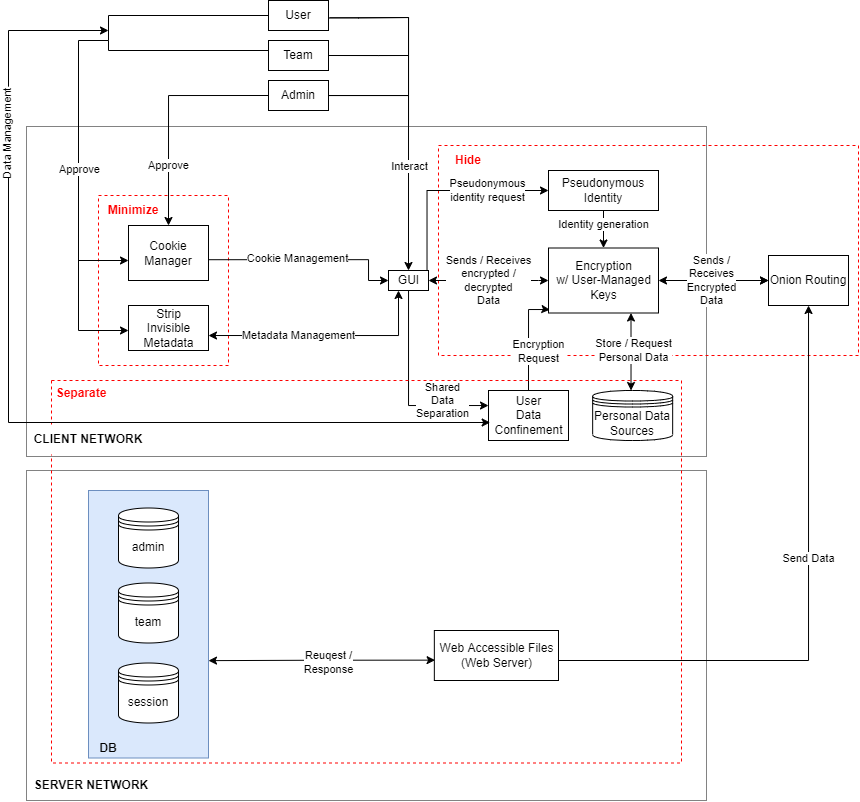
Before: Architectural_Requirements_Data_oriented.drawio.png, a diagram exported from draw.io (claudialorusso/CivicSense). Source tidied: cells renumbered, new cells last; positions are measured from the earlier drawing's top-left corner, leaving out a move shared by most shapes.
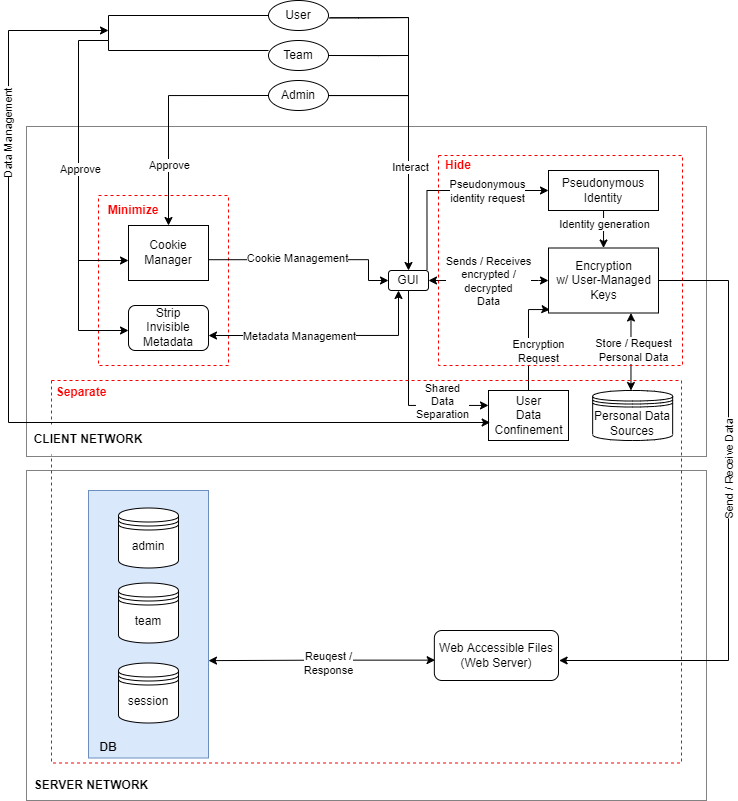
After the change.

The edit, as a diff of the source:
```diff
@@ -58,19 +58,18 @@
     <mxCell id="13" value="Strip Invisible Metadata" style="rounded=0;whiteSpace=wrap;html=1;" parent="1" vertex="1">
       <mxGeometry x="120" y="250" width="80" height="55" as="geometry" />
     </mxCell>
-    <mxCell id="14" style="edgeStyle=orthogonalEdgeStyle;rounded=0;jettySize=auto;html=1;fontColor=#FF0000;endArrow=none;endFill=0;" parent="1" edge="1" source="15">
+    <mxCell id="14" style="edgeStyle=orthogonalEdgeStyle;rounded=0;orthogonalLoop=1;jettySize=auto;html=1;fontColor=#FF0000;endArrow=none;endFill=0;" parent="1" edge="1">
       <mxGeometry relative="1" as="geometry">
+        <mxPoint x="320" y="95" as="sourcePoint" />
         <mxPoint x="400" y="95" as="targetPoint" />
         <Array as="points">
           <mxPoint x="400" y="95" />
         </Array>
       </mxGeometry>
     </mxCell>
-    <mxCell id="15" value="User" style="rounded=0;whiteSpace=wrap;html=1;" parent="1" vertex="1">
-      <mxGeometry x="260" y="80" width="60" height="30" as="geometry" />
-    </mxCell>
-    <mxCell id="16" style="edgeStyle=orthogonalEdgeStyle;rounded=0;jettySize=auto;html=1;fontColor=#FF0000;endArrow=classic;endFill=1;entryX=0.5;entryY=0;entryDx=0;entryDy=0;exitX=1.018;exitY=0.578;exitDx=0;exitDy=0;exitPerimeter=0;" parent="1" edge="1" source="18" target="10">
+    <mxCell id="16" style="edgeStyle=orthogonalEdgeStyle;rounded=0;jettySize=auto;html=1;fontColor=#FF0000;endArrow=classic;endFill=1;entryX=0.5;entryY=0;entryDx=0;entryDy=0;exitX=1.018;exitY=0.578;exitDx=0;exitDy=0;exitPerimeter=0;" parent="1" edge="1" target="10">
       <mxGeometry relative="1" as="geometry">
+        <mxPoint x="321.1" y="17.3" as="sourcePoint" />
         <Array as="points">
           <mxPoint x="350" y="17" />
           <mxPoint x="400" y="17" />
@@ -80,11 +79,9 @@
     <mxCell id="17" value="Interact" style="edgeLabel;html=1;align=center;verticalAlign=middle;fontColor=#000000;" parent="16" vertex="1">
       <mxGeometry x="0.37" y="1" relative="1" as="geometry" />
     </mxCell>
-    <mxCell id="18" value="Admin" style="rounded=0;whiteSpace=wrap;html=1;" parent="1" vertex="1">
-      <mxGeometry x="260" width="60" height="30" as="geometry" />
-    </mxCell>
-    <mxCell id="19" style="edgeStyle=orthogonalEdgeStyle;rounded=0;jettySize=auto;html=1;exitX=1;exitY=0.5;exitDx=0;exitDy=0;fontColor=#FF0000;endArrow=none;endFill=0;" parent="1" edge="1" source="20">
+    <mxCell id="19" style="edgeStyle=orthogonalEdgeStyle;rounded=0;orthogonalLoop=1;jettySize=auto;html=1;exitX=1;exitY=0.5;exitDx=0;exitDy=0;fontColor=#FF0000;endArrow=none;endFill=0;" parent="1" edge="1">
       <mxGeometry relative="1" as="geometry">
+        <mxPoint x="320" y="55" as="sourcePoint" />
         <mxPoint x="400" y="55" as="targetPoint" />
         <Array as="points">
           <mxPoint x="370" y="55" />
@@ -92,11 +89,11 @@
         </Array>
       </mxGeometry>
     </mxCell>
-    <mxCell id="20" value="Team" style="rounded=0;whiteSpace=wrap;html=1;" parent="1" vertex="1">
-      <mxGeometry x="260" y="40" width="60" height="30" as="geometry" />
-    </mxCell>
-    <mxCell id="21" style="edgeStyle=elbowEdgeStyle;rounded=0;orthogonalLoop=1;jettySize=auto;html=1;entryX=0;entryY=0.5;entryDx=0;entryDy=0;" parent="1" edge="1" source="15" target="15">
-      <mxGeometry relative="1" as="geometry" />
+    <mxCell id="21" style="edgeStyle=elbowEdgeStyle;rounded=0;orthogonalLoop=1;jettySize=auto;html=1;entryX=0;entryY=0.5;entryDx=0;entryDy=0;" parent="1" edge="1">
+      <mxGeometry relative="1" as="geometry">
+        <mxPoint x="260.3" y="95" as="sourcePoint" />
+        <mxPoint x="260" y="95" as="targetPoint" />
+      </mxGeometry>
     </mxCell>
     <mxCell id="22" style="endArrow=classic;html=1;rounded=0;" parent="1" edge="1">
       <mxGeometry relative="1" as="geometry">
@@ -116,9 +113,6 @@
     <mxCell id="25" value="&lt;b&gt;&lt;font color=&quot;#ff0000&quot;&gt;Minimize&lt;/font&gt;&lt;/b&gt;" style="text;html=1;strokeColor=none;fillColor=none;align=center;verticalAlign=middle;whiteSpace=wrap;rounded=0;dashed=1;" parent="1" vertex="1">
       <mxGeometry x="95" y="220" width="60" height="30" as="geometry" />
     </mxCell>
-    <mxCell id="26" value="Onion Routing" style="rounded=0;whiteSpace=wrap;html=1;fontColor=#000000;strokeColor=#000000;fillColor=default;" parent="1" vertex="1">
-      <mxGeometry x="760" y="255" width="80" height="50" as="geometry" />
-    </mxCell>
     <mxCell id="27" style="edgeStyle=orthogonalEdgeStyle;rounded=0;jettySize=auto;html=1;fontColor=#000000;startArrow=classic;startFill=1;endArrow=none;endFill=0;startSize=6;endSize=6;entryX=0.963;entryY=-0.036;entryDx=0;entryDy=0;entryPerimeter=0;" parent="1" edge="1" source="31" target="10">
       <mxGeometry relative="1" as="geometry" />
     </mxCell>
@@ -138,14 +132,6 @@
     <mxCell id="31" value="Pseudonymous&lt;br&gt;Identity" style="rounded=0;whiteSpace=wrap;html=1;fontColor=#000000;strokeColor=#000000;fillColor=default;" parent="1" vertex="1">
       <mxGeometry x="540" y="170" width="110" height="40" as="geometry" />
     </mxCell>
-    <mxCell id="32" style="edgeStyle=orthogonalEdgeStyle;rounded=0;jettySize=auto;html=1;fontColor=#000000;endArrow=classic;endFill=1;startSize=6;endSize=6;startArrow=classic;startFill=1;exitX=1;exitY=0.5;exitDx=0;exitDy=0;entryX=0;entryY=0.5;entryDx=0;entryDy=0;" parent="1" edge="1" source="12" target="26">
-      <mxGeometry relative="1" as="geometry" />
-    </mxCell>
-    <mxCell id="33" value="Sends /&lt;br&gt;Receives&lt;br&gt;Encrypted&lt;br&gt;Data" style="edgeLabel;html=1;align=center;verticalAlign=middle;fontColor=#000000;" parent="32" vertex="1">
-      <mxGeometry x="-0.15" y="1" relative="1" as="geometry">
-        <mxPoint x="6" y="1" as="offset" />
-      </mxGeometry>
-    </mxCell>
     <mxCell id="34" value="session" style="shape=datastore;whiteSpace=wrap;html=1;fontColor=#000000;strokeColor=#000000;fillColor=default;" parent="1" vertex="1">
       <mxGeometry x="110" y="662.5" width="60" height="60" as="geometry" />
     </mxCell>
@@ -184,9 +170,6 @@
     <mxCell id="45" style="rounded=0;whiteSpace=wrap;html=1;fillColor=none;dashed=1;strokeColor=#FF0000;" parent="1" vertex="1">
       <mxGeometry x="90" y="195" width="130" height="170" as="geometry" />
     </mxCell>
-    <mxCell id="46" style="rounded=0;whiteSpace=wrap;html=1;fillColor=none;dashed=1;strokeColor=#FF0000;" parent="1" vertex="1">
-      <mxGeometry x="430" y="145" width="420" height="210" as="geometry" />
-    </mxCell>
     <mxCell id="47" style="edgeStyle=orthogonalEdgeStyle;rounded=0;jettySize=auto;html=1;endArrow=classic;endFill=1;startArrow=classic;startFill=1;entryX=1.008;entryY=0.622;entryDx=0;entryDy=0;entryPerimeter=0;exitX=0;exitY=0.5;exitDx=0;exitDy=0;" parent="1" edge="1" source="55">
       <mxGeometry relative="1" as="geometry">
         <mxPoint x="180.6" y="259.2" as="targetPoint" />
@@ -238,10 +221,10 @@
         <mxPoint x="30" y="-7" as="offset" />
       </mxGeometry>
     </mxCell>
-    <mxCell id="55" value="GUI" style="html=1;" parent="1" vertex="1">
+    <mxCell id="55" value="GUI" style="rounded=1;whiteSpace=wrap;html=1;" parent="1" vertex="1">
       <mxGeometry x="380" y="270" width="40" height="20" as="geometry" />
     </mxCell>
-    <mxCell id="56" value="&lt;span style=&quot;&quot;&gt;Strip&lt;br&gt;Invisible&lt;br&gt;Metadata&lt;/span&gt;" style="html=1;" parent="1" vertex="1">
+    <mxCell id="56" value="&lt;span style=&quot;&quot;&gt;Strip&lt;br&gt;Invisible&lt;br&gt;Metadata&lt;/span&gt;" style="rounded=1;whiteSpace=wrap;html=1;" parent="1" vertex="1">
       <mxGeometry x="120" y="305" width="80" height="45" as="geometry" />
     </mxCell>
     <mxCell id="57" style="edgeStyle=orthogonalEdgeStyle;rounded=0;jettySize=auto;html=1;endArrow=classic;endFill=1;exitX=0.75;exitY=1;exitDx=0;exitDy=0;startArrow=classic;startFill=1;" parent="1" edge="1" source="59" target="91">
@@ -257,6 +240,19 @@
         <mxPoint x="2" y="-9" as="offset" />
       </mxGeometry>
     </mxCell>
+    <mxCell id="105" style="edgeStyle=orthogonalEdgeStyle;rounded=0;jettySize=auto;html=1;entryX=1.005;entryY=0.6;entryDx=0;entryDy=0;entryPerimeter=0;" parent="1" edge="1" source="59" target="89">
+      <mxGeometry relative="1" as="geometry">
+        <Array as="points">
+          <mxPoint x="720" y="280" />
+          <mxPoint x="720" y="660" />
+        </Array>
+      </mxGeometry>
+    </mxCell>
+    <mxCell id="106" value="Send / Receive Data" style="edgeLabel;html=1;align=center;verticalAlign=middle;rotation=-90;" parent="105" vertex="1">
+      <mxGeometry x="-0.5" y="-1" relative="1" as="geometry">
+        <mxPoint x="1" y="104" as="offset" />
+      </mxGeometry>
+    </mxCell>
     <mxCell id="59" value="Encryption&lt;br&gt;w/ User-Managed&lt;br&gt;Keys" style="html=1;" parent="1" vertex="1">
       <mxGeometry x="540" y="247.5" width="110" height="65" as="geometry" />
     </mxCell>
@@ -282,7 +278,7 @@
         </Array>
       </mxGeometry>
     </mxCell>
-    <mxCell id="64" value="Admin" style="rounded=0;whiteSpace=wrap;html=1;" parent="1" vertex="1">
+    <mxCell id="64" value="Admin" style="ellipse;whiteSpace=wrap;html=1;" parent="1" vertex="1">
       <mxGeometry x="260" y="80" width="60" height="30" as="geometry" />
     </mxCell>
     <mxCell id="65" style="edgeStyle=orthogonalEdgeStyle;rounded=0;jettySize=auto;html=1;fontColor=#FF0000;endArrow=classic;endFill=1;entryX=0.5;entryY=0;entryDx=0;entryDy=0;exitX=1.018;exitY=0.578;exitDx=0;exitDy=0;exitPerimeter=0;" parent="1" edge="1" source="67" target="55">
@@ -296,7 +292,7 @@
     <mxCell id="66" value="Interact" style="edgeLabel;html=1;align=center;verticalAlign=middle;fontColor=#000000;" parent="65" vertex="1">
       <mxGeometry x="0.37" y="1" relative="1" as="geometry" />
     </mxCell>
-    <mxCell id="67" value="User" style="rounded=0;whiteSpace=wrap;html=1;" parent="1" vertex="1">
+    <mxCell id="67" value="User" style="ellipse;whiteSpace=wrap;html=1;" parent="1" vertex="1">
       <mxGeometry x="260" width="60" height="30" as="geometry" />
     </mxCell>
     <mxCell id="68" style="edgeStyle=orthogonalEdgeStyle;rounded=0;jettySize=auto;html=1;exitX=1;exitY=0.5;exitDx=0;exitDy=0;fontColor=#FF0000;endArrow=none;endFill=0;" parent="1" edge="1" source="69">
@@ -308,32 +304,15 @@
         </Array>
       </mxGeometry>
     </mxCell>
-    <mxCell id="69" value="Team" style="rounded=0;whiteSpace=wrap;html=1;" parent="1" vertex="1">
+    <mxCell id="69" value="Team" style="ellipse;whiteSpace=wrap;html=1;" parent="1" vertex="1">
       <mxGeometry x="260" y="40" width="60" height="30" as="geometry" />
     </mxCell>
-    <mxCell id="70" style="edgeStyle=elbowEdgeStyle;rounded=0;orthogonalLoop=1;jettySize=auto;html=1;entryX=0;entryY=0.5;entryDx=0;entryDy=0;" parent="1" edge="1" source="64" target="64">
-      <mxGeometry relative="1" as="geometry" />
-    </mxCell>
     <mxCell id="71" style="endArrow=classic;html=1;rounded=0;" parent="1" edge="1">
       <mxGeometry relative="1" as="geometry">
         <mxPoint x="70" y="330" as="sourcePoint" />
         <mxPoint x="120" y="330" as="targetPoint" />
       </mxGeometry>
     </mxCell>
-    <mxCell id="72" style="edgeStyle=orthogonalEdgeStyle;rounded=0;jettySize=auto;html=1;fontColor=#000000;startArrow=classic;startFill=1;endArrow=none;endFill=0;startSize=6;endSize=6;entryX=0.999;entryY=0.435;entryDx=0;entryDy=0;entryPerimeter=0;" parent="1" edge="1" source="74" target="89">
-      <mxGeometry relative="1" as="geometry">
-        <Array as="points">
-          <mxPoint x="800" y="660" />
-          <mxPoint x="550" y="660" />
-        </Array>
-      </mxGeometry>
-    </mxCell>
-    <mxCell id="73" value="Send Data" style="edgeLabel;html=1;align=center;verticalAlign=middle;fontColor=#000000;" parent="72" vertex="1">
-      <mxGeometry x="-0.18" relative="1" as="geometry" />
-    </mxCell>
-    <mxCell id="74" value="Onion Routing" style="rounded=0;whiteSpace=wrap;html=1;fontColor=#000000;strokeColor=#000000;fillColor=default;" parent="1" vertex="1">
-      <mxGeometry x="760" y="255" width="80" height="50" as="geometry" />
-    </mxCell>
     <mxCell id="75" style="edgeStyle=orthogonalEdgeStyle;rounded=0;jettySize=auto;html=1;fontColor=#000000;startArrow=classic;startFill=1;endArrow=none;endFill=0;startSize=6;endSize=6;entryX=0.963;entryY=-0.036;entryDx=0;entryDy=0;entryPerimeter=0;" parent="1" edge="1" source="79" target="55">
       <mxGeometry relative="1" as="geometry" />
     </mxCell>
@@ -353,14 +332,6 @@
     <mxCell id="79" value="Pseudonymous&lt;br&gt;Identity" style="rounded=0;whiteSpace=wrap;html=1;fontColor=#000000;strokeColor=#000000;fillColor=default;" parent="1" vertex="1">
       <mxGeometry x="540" y="170" width="110" height="40" as="geometry" />
     </mxCell>
-    <mxCell id="80" style="edgeStyle=orthogonalEdgeStyle;rounded=0;jettySize=auto;html=1;fontColor=#000000;endArrow=classic;endFill=1;startSize=6;endSize=6;startArrow=classic;startFill=1;exitX=1;exitY=0.5;exitDx=0;exitDy=0;entryX=0;entryY=0.5;entryDx=0;entryDy=0;" parent="1" edge="1" source="59" target="74">
-      <mxGeometry relative="1" as="geometry" />
-    </mxCell>
-    <mxCell id="81" value="Sends /&lt;br&gt;Receives&lt;br&gt;Encrypted&lt;br&gt;Data" style="edgeLabel;html=1;align=center;verticalAlign=middle;fontColor=#000000;" parent="80" vertex="1">
-      <mxGeometry x="-0.15" y="1" relative="1" as="geometry">
-        <mxPoint x="6" y="1" as="offset" />
-      </mxGeometry>
-    </mxCell>
     <mxCell id="82" value="session" style="shape=datastore;whiteSpace=wrap;html=1;fontColor=#000000;strokeColor=#000000;fillColor=default;" parent="1" vertex="1">
       <mxGeometry x="110" y="662.5" width="60" height="60" as="geometry" />
     </mxCell>
@@ -370,9 +341,6 @@
     <mxCell id="84" value="admin" style="shape=datastore;whiteSpace=wrap;html=1;fontColor=#000000;strokeColor=#000000;fillColor=default;" parent="1" vertex="1">
       <mxGeometry x="110" y="507.5" width="60" height="60" as="geometry" />
     </mxCell>
-    <mxCell id="85" value="&lt;b&gt;&lt;font color=&quot;#ff0000&quot;&gt;Hide&lt;/font&gt;&lt;/b&gt;" style="text;html=1;strokeColor=none;fillColor=none;align=center;verticalAlign=middle;whiteSpace=wrap;rounded=0;fontColor=#000000;" parent="1" vertex="1">
-      <mxGeometry x="430" y="145" width="60" height="30" as="geometry" />
-    </mxCell>
     <mxCell id="86" value="&lt;b&gt;DB&lt;/b&gt;" style="text;html=1;strokeColor=none;fillColor=none;align=center;verticalAlign=middle;whiteSpace=wrap;rounded=0;fontColor=#000000;" parent="1" vertex="1">
       <mxGeometry x="70" y="732.5" width="60" height="30" as="geometry" />
     </mxCell>
@@ -384,7 +352,7 @@
         <mxPoint x="31" y="2" as="offset" />
       </mxGeometry>
     </mxCell>
-    <mxCell id="89" value="Web Accessible Files&lt;br&gt;(Web Server)" style="html=1;" parent="1" vertex="1">
+    <mxCell id="89" value="Web Accessible Files&lt;br&gt;(Web Server)" style="rounded=1;whiteSpace=wrap;html=1;" parent="1" vertex="1">
       <mxGeometry x="425.8" y="630" width="124.2" height="50" as="geometry" />
     </mxCell>
     <mxCell id="90" value="&lt;b&gt;&lt;font color=&quot;#ff0000&quot;&gt;Minimize&lt;/font&gt;&lt;/b&gt;" style="text;html=1;strokeColor=none;fillColor=none;align=center;verticalAlign=middle;whiteSpace=wrap;rounded=0;dashed=1;" parent="1" vertex="1">
@@ -462,5 +430,11 @@
     <mxCell id="104" value="Approve" style="edgeLabel;html=1;align=center;verticalAlign=middle;" parent="103" vertex="1">
       <mxGeometry x="0.01" y="-1" relative="1" as="geometry" />
     </mxCell>
+    <mxCell id="46" style="rounded=0;whiteSpace=wrap;html=1;fillColor=none;dashed=1;strokeColor=#FF0000;" parent="1" vertex="1">
+      <mxGeometry x="430" y="155" width="244" height="210" as="geometry" />
+    </mxCell>
+    <mxCell id="85" value="&lt;b&gt;&lt;font color=&quot;#ff0000&quot;&gt;Hide&lt;/font&gt;&lt;/b&gt;" style="text;html=1;strokeColor=none;fillColor=none;align=center;verticalAlign=middle;whiteSpace=wrap;rounded=0;fontColor=#000000;" parent="1" vertex="1">
+      <mxGeometry x="420" y="150" width="60" height="30" as="geometry" />
+    </mxCell>
   </root>
 </mxGraphModel>
```
